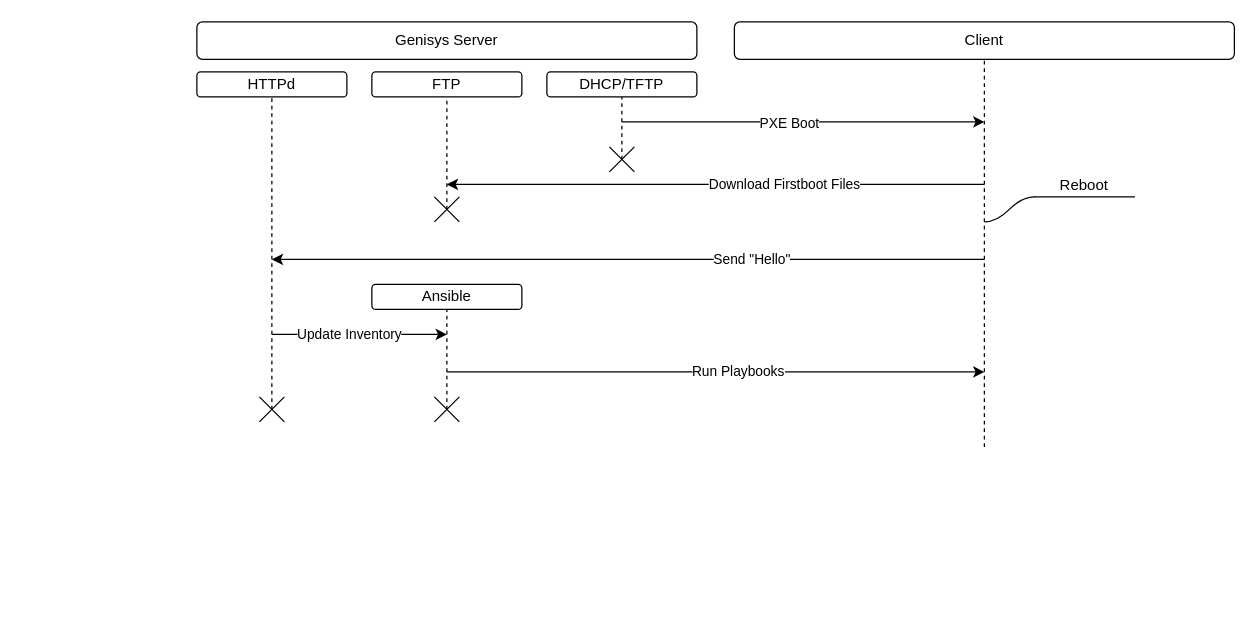
The draw.io diagram documentation/Initialization Process.drawio in xeluior/genisys, before the edit. Source tidied: cells renumbered, new cells numbered last; positions are measured from the earlier drawing's top-left corner, leaving out a move shared by most shapes. Both pictures are drawn from the tidied source at 125%, with x=0, y=0 at pixel (196, 21).
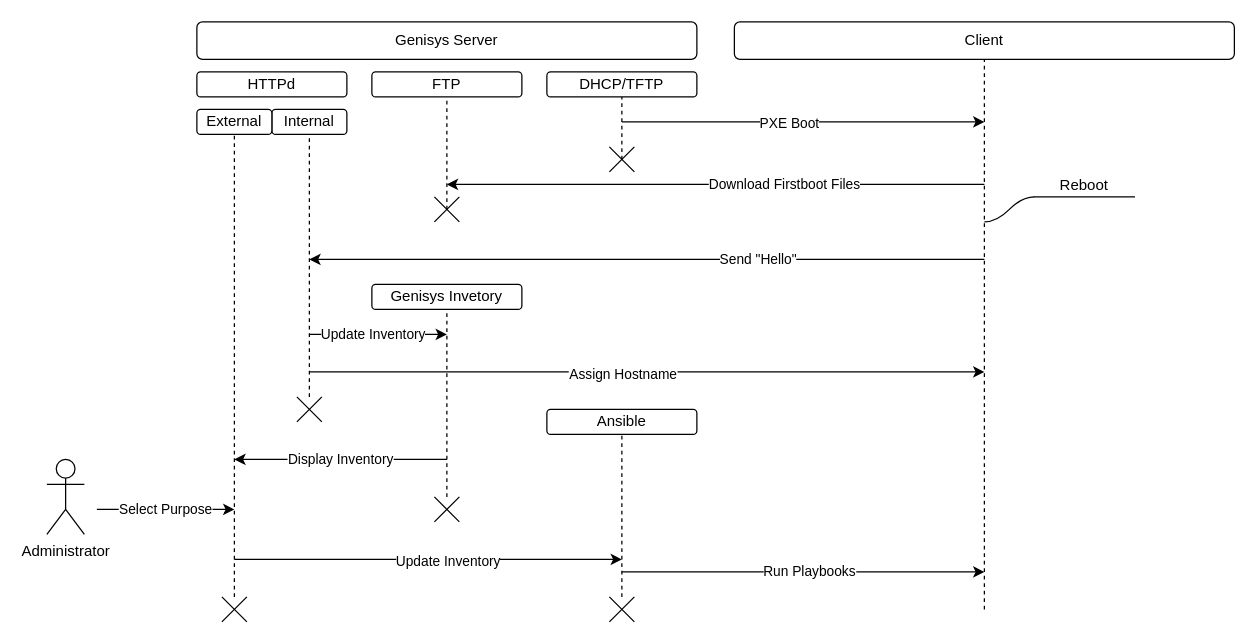
The same page after the edit.

Commit message (it also covers changes not shown here):
Genisys temp inventory generation (#59)

Unchanged cells that the change refers to:
```xml
<mxCell id="15" value="HTTPd" style="rounded=1;whiteSpace=wrap;html=1;" parent="1" vertex="1">
  <mxGeometry y="40" width="120" height="20" as="geometry" />
</mxCell>
```

What changed in the source:
```diff
@@
     <mxCell id="5" style="endArrow=none;dashed=1;html=1;rounded=0;entryX=0.5;entryY=1;entryDx=0;entryDy=0;" parent="1" edge="1">
       <mxGeometry relative="1" as="geometry">
-        <mxPoint x="630" y="340" as="sourcePoint" />
+        <mxPoint x="630" y="470" as="sourcePoint" />
         <mxPoint x="630" y="30" as="targetPoint" />
       </mxGeometry>
     </mxCell>
@@
-    <mxCell id="16" style="endArrow=none;dashed=1;html=1;rounded=0;entryX=0.5;entryY=1;entryDx=0;entryDy=0;" parent="1" edge="1" target="15">
-      <mxGeometry relative="1" as="geometry">
-        <mxPoint x="60" y="310" as="sourcePoint" />
-      </mxGeometry>
+    <mxCell id="16" style="endArrow=none;dashed=1;html=1;rounded=0;entryX=0.5;entryY=1;entryDx=0;entryDy=0;" parent="1" edge="1" source="25" target="29">
+      <mxGeometry relative="1" as="geometry" />
     </mxCell>
     <mxCell id="17" style="endArrow=classic;html=1;rounded=0;" parent="1" edge="1">
       <mxGeometry relative="1" as="geometry">
         <mxPoint x="630" y="190" as="sourcePoint" />
-        <mxPoint x="60" y="190" as="targetPoint" />
+        <mxPoint x="90" y="190" as="targetPoint" />
       </mxGeometry>
     </mxCell>
@@
-    <mxCell id="21" value="Ansible" style="rounded=1;whiteSpace=wrap;html=1;" parent="1" vertex="1">
+    <mxCell id="21" value="Genisys Invetory" style="rounded=1;whiteSpace=wrap;html=1;" parent="1" vertex="1">
       <mxGeometry x="140" y="210" width="120" height="20" as="geometry" />
     </mxCell>
-    <mxCell id="22" style="endArrow=none;dashed=1;html=1;rounded=0;entryX=0.5;entryY=1;entryDx=0;entryDy=0;" parent="1" edge="1" target="21">
-      <mxGeometry relative="1" as="geometry">
-        <mxPoint x="200" y="310" as="sourcePoint" />
-      </mxGeometry>
+    <mxCell id="22" style="endArrow=none;dashed=1;html=1;rounded=0;entryX=0.5;entryY=1;entryDx=0;entryDy=0;" parent="1" edge="1" source="26" target="21">
+      <mxGeometry relative="1" as="geometry" />
     </mxCell>
     <mxCell id="23" style="endArrow=classic;html=1;rounded=0;" parent="1" edge="1">
       <mxGeometry relative="1" as="geometry">
-        <mxPoint x="60" y="250" as="sourcePoint" />
+        <mxPoint x="90" y="250" as="sourcePoint" />
         <mxPoint x="200" y="250" as="targetPoint" />
       </mxGeometry>
     </mxCell>
     <mxCell id="24" value="Update Inventory" style="edgeLabel;html=1;align=center;verticalAlign=middle;" parent="23" vertex="1">
       <mxGeometry x="0.18" y="1" relative="1" as="geometry">
-        <mxPoint x="-22" as="offset" />
+        <mxPoint x="-15" as="offset" />
       </mxGeometry>
     </mxCell>
-    <mxCell id="25" style="shape=mxgraph.sysml.x;" parent="1" vertex="1">
-      <mxGeometry x="50" y="300" width="20" height="20" as="geometry" />
-    </mxCell>
-    <mxCell id="26" style="shape=mxgraph.sysml.x;" parent="1" vertex="1">
-      <mxGeometry x="190" y="300" width="20" height="20" as="geometry" />
-    </mxCell>
     <mxCell id="27" style="endArrow=classic;html=1;rounded=0;" parent="1" edge="1">
       <mxGeometry relative="1" as="geometry">
-        <mxPoint x="200" y="280" as="sourcePoint" />
-        <mxPoint x="630" y="280" as="targetPoint" />
+        <mxPoint x="340" y="440" as="sourcePoint" />
+        <mxPoint x="630" y="440" as="targetPoint" />
       </mxGeometry>
     </mxCell>
@@
+    <mxCell id="25" style="shape=mxgraph.sysml.x;" parent="1" vertex="1">
+      <mxGeometry x="80" y="300" width="20" height="20" as="geometry" />
+    </mxCell>
+    <mxCell id="29" value="Internal" style="rounded=1;whiteSpace=wrap;html=1;" parent="1" vertex="1">
+      <mxGeometry x="60" y="70" width="60" height="20" as="geometry" />
+    </mxCell>
+    <mxCell id="30" style="endArrow=none;dashed=1;html=1;rounded=0;entryX=0.5;entryY=1;entryDx=0;entryDy=0;" parent="1" edge="1" source="31" target="32">
+      <mxGeometry relative="1" as="geometry" />
+    </mxCell>
+    <mxCell id="31" style="shape=mxgraph.sysml.x;" parent="1" vertex="1">
+      <mxGeometry x="20" y="460" width="20" height="20" as="geometry" />
+    </mxCell>
+    <mxCell id="32" value="External" style="rounded=1;whiteSpace=wrap;html=1;" parent="1" vertex="1">
+      <mxGeometry y="70" width="60" height="20" as="geometry" />
+    </mxCell>
+    <mxCell id="33" value="Display Inventory" style="endArrow=classic;html=1;rounded=0;" parent="1" edge="1">
+      <mxGeometry relative="1" as="geometry">
+        <mxPoint x="200" y="350" as="sourcePoint" />
+        <mxPoint x="30" y="350" as="targetPoint" />
+      </mxGeometry>
+    </mxCell>
+    <mxCell id="34" value="Administrator" style="shape=umlActor;verticalLabelPosition=bottom;verticalAlign=top;html=1;" parent="1" vertex="1">
+      <mxGeometry x="-120" y="350" width="30" height="60" as="geometry" />
+    </mxCell>
+    <mxCell id="35" value="Select Purpose" style="endArrow=classic;html=1;rounded=0;" parent="1" edge="1">
+      <mxGeometry relative="1" as="geometry">
+        <mxPoint x="-80" y="390" as="sourcePoint" />
+        <mxPoint x="30" y="390" as="targetPoint" />
+      </mxGeometry>
+    </mxCell>
+    <mxCell id="26" style="shape=mxgraph.sysml.x;" parent="1" vertex="1">
+      <mxGeometry x="190" y="380" width="20" height="20" as="geometry" />
+    </mxCell>
+    <mxCell id="36" value="Ansible" style="rounded=1;whiteSpace=wrap;html=1;" parent="1" vertex="1">
+      <mxGeometry x="280" y="310" width="120" height="20" as="geometry" />
+    </mxCell>
+    <mxCell id="37" style="endArrow=none;dashed=1;html=1;rounded=0;entryX=0.5;entryY=1;entryDx=0;entryDy=0;" parent="1" edge="1" source="38" target="36">
+      <mxGeometry relative="1" as="geometry" />
+    </mxCell>
+    <mxCell id="38" style="shape=mxgraph.sysml.x;" parent="1" vertex="1">
+      <mxGeometry x="330" y="460" width="20" height="20" as="geometry" />
+    </mxCell>
+    <mxCell id="39" style="endArrow=classic;html=1;rounded=0;" parent="1" edge="1">
+      <mxGeometry relative="1" as="geometry">
+        <mxPoint x="30" y="430" as="sourcePoint" />
+        <mxPoint x="340" y="430" as="targetPoint" />
+      </mxGeometry>
+    </mxCell>
+    <mxCell id="40" value="&lt;div&gt;Update Inventory&lt;/div&gt;" style="edgeLabel;html=1;align=center;verticalAlign=middle;" parent="39" vertex="1">
+      <mxGeometry x="0.78" y="-1" relative="1" as="geometry">
+        <mxPoint x="-106" as="offset" />
+      </mxGeometry>
+    </mxCell>
+    <mxCell id="41" style="endArrow=classic;html=1;rounded=0;" parent="1" edge="1">
+      <mxGeometry relative="1" as="geometry">
+        <mxPoint x="90" y="280" as="sourcePoint" />
+        <mxPoint x="630" y="280" as="targetPoint" />
+      </mxGeometry>
+    </mxCell>
+    <mxCell id="42" value="Assign Hostname" style="edgeLabel;html=1;align=center;verticalAlign=middle;rotation=0;" parent="41" vertex="1">
+      <mxGeometry x="0.31" y="-1" relative="1" as="geometry">
+        <mxPoint x="-104" as="offset" />
+      </mxGeometry>
+    </mxCell>
```
